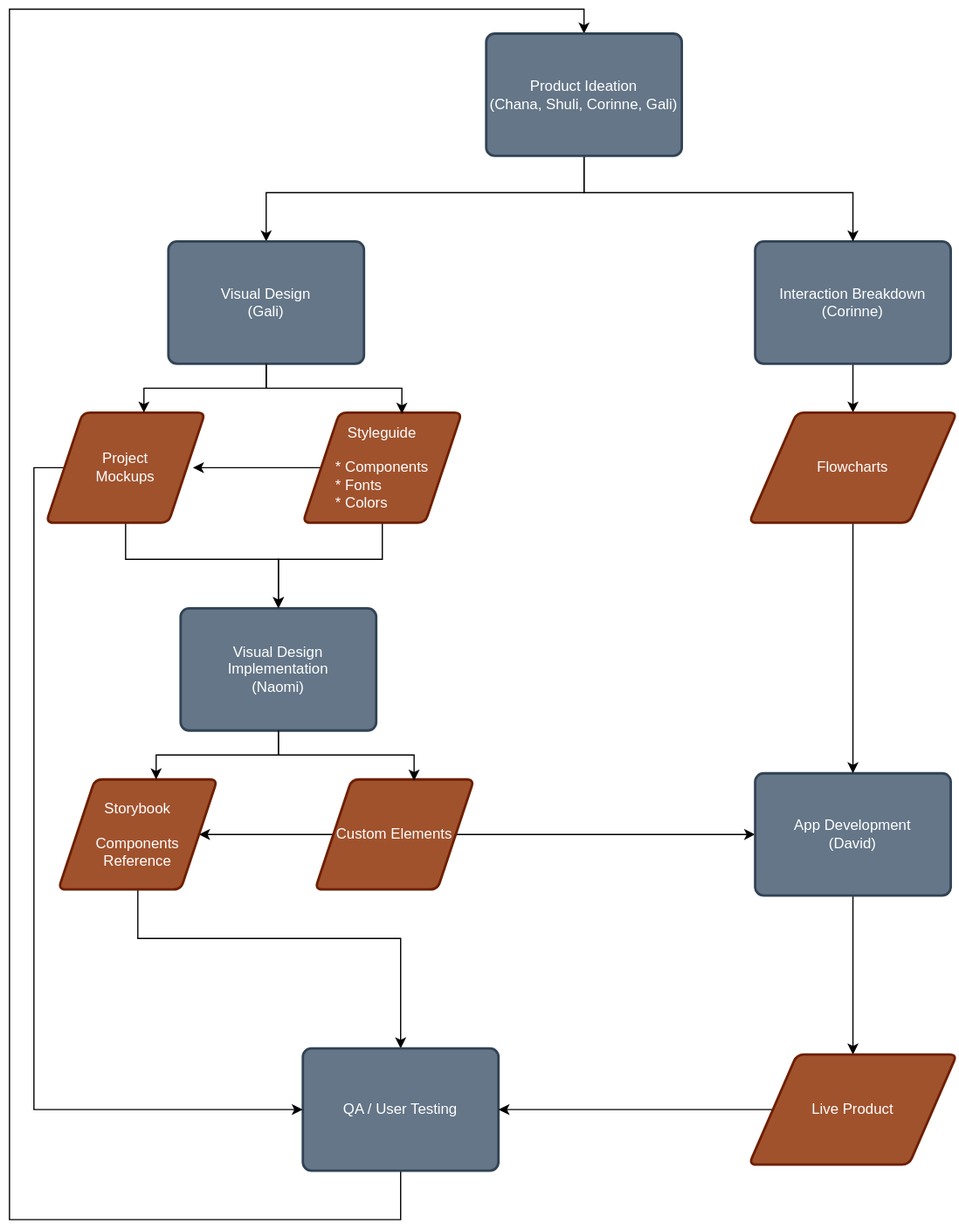
Above: documentation/src/frontend/pipeline.drawio.svg in ji-devs/ji-cloud (draw.io), before the change. Source tidied: cells renumbered, new cells last; positions are measured from the earlier drawing's top-left corner, leaving out a move shared by most shapes. Its diagram source:
```xml
<mxGraphModel>
  <root>
    <mxCell id="0" />
    <mxCell id="1" parent="0" />
    <mxCell id="2" style="edgeStyle=orthogonalEdgeStyle;rounded=0;jettySize=auto;html=1;" parent="1" edge="1" source="3" target="22">
      <mxGeometry relative="1" as="geometry" />
    </mxCell>
    <mxCell id="3" value="Interaction Breakdown&lt;br&gt;(Corinne)" style="rounded=1;whiteSpace=wrap;html=1;absoluteArcSize=1;arcSize=14;strokeWidth=2;fillColor=#647687;strokeColor=#314354;fontColor=#ffffff;" parent="1" vertex="1">
      <mxGeometry x="610" y="190" width="160" height="100" as="geometry" />
    </mxCell>
    <mxCell id="4" style="edgeStyle=orthogonalEdgeStyle;rounded=0;jettySize=auto;html=1;" parent="1" edge="1" source="6" target="10">
      <mxGeometry relative="1" as="geometry" />
    </mxCell>
    <mxCell id="5" style="edgeStyle=orthogonalEdgeStyle;rounded=0;jettySize=auto;html=1;entryX=0;entryY=0.5;entryDx=0;entryDy=0;" parent="1" edge="1" source="6" target="16">
      <mxGeometry relative="1" as="geometry" />
    </mxCell>
    <mxCell id="6" value="Custom Elements" style="shape=parallelogram;html=1;strokeWidth=2;perimeter=parallelogramPerimeter;whiteSpace=wrap;rounded=1;arcSize=12;size=0.23;fillColor=#a0522d;strokeColor=#6D1F00;fontColor=#ffffff;" parent="1" vertex="1">
      <mxGeometry x="250" y="630" width="130" height="90" as="geometry" />
    </mxCell>
    <mxCell id="7" style="edgeStyle=orthogonalEdgeStyle;rounded=0;jettySize=auto;html=1;entryX=0.623;entryY=0.011;entryDx=0;entryDy=0;entryPerimeter=0;" parent="1" edge="1" source="8" target="6">
      <mxGeometry x="50" y="500" as="geometry" />
    </mxCell>
    <mxCell id="8" value="Visual Design&lt;br&gt;Implementation&lt;br&gt;(Naomi)" style="rounded=1;whiteSpace=wrap;html=1;absoluteArcSize=1;arcSize=14;strokeWidth=2;fillColor=#647687;strokeColor=#314354;fontColor=#ffffff;" parent="1" vertex="1">
      <mxGeometry x="140" y="490" width="160" height="100" as="geometry" />
    </mxCell>
    <mxCell id="9" style="edgeStyle=orthogonalEdgeStyle;rounded=0;jettySize=auto;html=1;entryX=0.5;entryY=0;entryDx=0;entryDy=0;" parent="1" edge="1" source="10" target="18">
      <mxGeometry relative="1" as="geometry">
        <Array as="points">
          <mxPoint x="105" y="760" />
          <mxPoint x="320" y="760" />
        </Array>
      </mxGeometry>
    </mxCell>
    <mxCell id="10" value="Storybook&lt;br&gt;&lt;br&gt;Components&lt;br&gt;Reference" style="shape=parallelogram;html=1;strokeWidth=2;perimeter=parallelogramPerimeter;whiteSpace=wrap;rounded=1;arcSize=12;size=0.23;fillColor=#a0522d;strokeColor=#6D1F00;fontColor=#ffffff;" parent="1" vertex="1">
      <mxGeometry x="40" y="630" width="130" height="90" as="geometry" />
    </mxCell>
    <mxCell id="11" style="edgeStyle=orthogonalEdgeStyle;rounded=0;jettySize=auto;html=1;entryX=0.615;entryY=0;entryDx=0;entryDy=0;entryPerimeter=0;" parent="1" edge="1" source="8" target="10">
      <mxGeometry x="50" y="500" as="geometry" />
    </mxCell>
    <mxCell id="12" style="edgeStyle=orthogonalEdgeStyle;rounded=0;jettySize=auto;html=1;" parent="1" edge="1" source="27">
      <mxGeometry relative="1" as="geometry">
        <mxPoint x="150" y="375" as="targetPoint" />
      </mxGeometry>
    </mxCell>
    <mxCell id="13" style="edgeStyle=orthogonalEdgeStyle;rounded=0;jettySize=auto;html=1;entryX=0.5;entryY=0;entryDx=0;entryDy=0;" parent="1" edge="1" source="30" target="8">
      <mxGeometry relative="1" as="geometry">
        <Array as="points">
          <mxPoint x="95" y="450" />
          <mxPoint x="220" y="450" />
        </Array>
      </mxGeometry>
    </mxCell>
    <mxCell id="14" style="edgeStyle=orthogonalEdgeStyle;rounded=0;jettySize=auto;html=1;entryX=0.5;entryY=0;entryDx=0;entryDy=0;" parent="1" edge="1" source="27" target="8">
      <mxGeometry relative="1" as="geometry">
        <Array as="points">
          <mxPoint x="305" y="450" />
          <mxPoint x="220" y="450" />
        </Array>
      </mxGeometry>
    </mxCell>
    <mxCell id="15" style="edgeStyle=orthogonalEdgeStyle;rounded=0;jettySize=auto;html=1;entryX=0.5;entryY=0;entryDx=0;entryDy=0;" parent="1" edge="1" source="16" target="20">
      <mxGeometry relative="1" as="geometry" />
    </mxCell>
    <mxCell id="16" value="App Development&lt;br&gt;(David)" style="rounded=1;whiteSpace=wrap;html=1;absoluteArcSize=1;arcSize=14;strokeWidth=2;fillColor=#647687;strokeColor=#314354;fontColor=#ffffff;" parent="1" vertex="1">
      <mxGeometry x="610" y="625" width="160" height="100" as="geometry" />
    </mxCell>
    <mxCell id="17" style="edgeStyle=orthogonalEdgeStyle;rounded=0;jettySize=auto;html=1;entryX=0.5;entryY=0;entryDx=0;entryDy=0;exitX=0.5;exitY=1;exitDx=0;exitDy=0;" parent="1" edge="1" source="18" target="26">
      <mxGeometry relative="1" as="geometry">
        <Array as="points">
          <mxPoint x="320" y="990" />
          <mxPoint y="990" />
          <mxPoint />
          <mxPoint x="470" />
        </Array>
      </mxGeometry>
    </mxCell>
    <mxCell id="18" value="QA / User Testing" style="rounded=1;whiteSpace=wrap;html=1;absoluteArcSize=1;arcSize=14;strokeWidth=2;fillColor=#647687;strokeColor=#314354;fontColor=#ffffff;" parent="1" vertex="1">
      <mxGeometry x="240" y="850" width="160" height="100" as="geometry" />
    </mxCell>
    <mxCell id="19" style="edgeStyle=orthogonalEdgeStyle;rounded=0;jettySize=auto;html=1;entryX=1;entryY=0.5;entryDx=0;entryDy=0;" parent="1" edge="1" source="20" target="18">
      <mxGeometry relative="1" as="geometry" />
    </mxCell>
    <mxCell id="20" value="Live Product" style="shape=parallelogram;html=1;strokeWidth=2;perimeter=parallelogramPerimeter;whiteSpace=wrap;rounded=1;arcSize=12;size=0.23;fillColor=#a0522d;strokeColor=#6D1F00;fontColor=#ffffff;" parent="1" vertex="1">
      <mxGeometry x="605" y="855" width="170" height="90" as="geometry" />
    </mxCell>
    <mxCell id="21" style="edgeStyle=orthogonalEdgeStyle;rounded=0;jettySize=auto;html=1;entryX=0.5;entryY=0;entryDx=0;entryDy=0;" parent="1" edge="1" source="22" target="16">
      <mxGeometry relative="1" as="geometry" />
    </mxCell>
    <mxCell id="22" value="Flowcharts" style="shape=parallelogram;html=1;strokeWidth=2;perimeter=parallelogramPerimeter;whiteSpace=wrap;rounded=1;arcSize=12;size=0.23;fillColor=#a0522d;strokeColor=#6D1F00;fontColor=#ffffff;" parent="1" vertex="1">
      <mxGeometry x="605" y="330" width="170" height="90" as="geometry" />
    </mxCell>
    <mxCell id="23" style="edgeStyle=orthogonalEdgeStyle;rounded=0;jettySize=auto;html=1;entryX=0;entryY=0.5;entryDx=0;entryDy=0;" parent="1" edge="1" source="30" target="18">
      <mxGeometry relative="1" as="geometry">
        <Array as="points">
          <mxPoint x="20" y="375" />
          <mxPoint x="20" y="900" />
        </Array>
      </mxGeometry>
    </mxCell>
    <mxCell id="24" style="edgeStyle=orthogonalEdgeStyle;rounded=0;jettySize=auto;html=1;" parent="1" edge="1" source="26" target="29">
      <mxGeometry relative="1" as="geometry">
        <Array as="points">
          <mxPoint x="470" y="150" />
          <mxPoint x="210" y="150" />
        </Array>
      </mxGeometry>
    </mxCell>
    <mxCell id="25" style="edgeStyle=orthogonalEdgeStyle;rounded=0;jettySize=auto;html=1;" parent="1" edge="1" source="26" target="3">
      <mxGeometry relative="1" as="geometry">
        <Array as="points">
          <mxPoint x="470" y="150" />
          <mxPoint x="690" y="150" />
        </Array>
      </mxGeometry>
    </mxCell>
    <mxCell id="26" value="Product Ideation&lt;br&gt;(Chana, Shuli, Corinne, Gali)" style="rounded=1;whiteSpace=wrap;html=1;absoluteArcSize=1;arcSize=14;strokeWidth=2;fillColor=#647687;strokeColor=#314354;fontColor=#ffffff;" parent="1" vertex="1">
      <mxGeometry x="390" y="20" width="160" height="100" as="geometry" />
    </mxCell>
    <mxCell id="27" value="Styleguide&lt;br&gt;&lt;br&gt;&lt;div style=&quot;text-align: left&quot;&gt;&lt;span&gt;* Components&lt;/span&gt;&lt;/div&gt;&lt;div style=&quot;text-align: left&quot;&gt;&lt;span&gt;* Fonts&lt;/span&gt;&lt;/div&gt;&lt;div style=&quot;text-align: left&quot;&gt;&lt;span&gt;* Colors&lt;/span&gt;&lt;/div&gt;" style="shape=parallelogram;html=1;strokeWidth=2;perimeter=parallelogramPerimeter;whiteSpace=wrap;rounded=1;arcSize=12;size=0.23;fillColor=#a0522d;strokeColor=#6D1F00;fontColor=#ffffff;" parent="1" vertex="1">
      <mxGeometry x="240" y="330" width="130" height="90" as="geometry" />
    </mxCell>
    <mxCell id="28" style="edgeStyle=orthogonalEdgeStyle;rounded=0;jettySize=auto;html=1;entryX=0.623;entryY=0.011;entryDx=0;entryDy=0;entryPerimeter=0;" parent="1" edge="1" source="29" target="27">
      <mxGeometry x="40" y="200" as="geometry" />
    </mxCell>
    <mxCell id="29" value="Visual Design&lt;br&gt;(Gali)" style="rounded=1;whiteSpace=wrap;html=1;absoluteArcSize=1;arcSize=14;strokeWidth=2;fillColor=#647687;strokeColor=#314354;fontColor=#ffffff;" parent="1" vertex="1">
      <mxGeometry x="130" y="190" width="160" height="100" as="geometry" />
    </mxCell>
    <mxCell id="30" value="Project&lt;br&gt;Mockups" style="shape=parallelogram;html=1;strokeWidth=2;perimeter=parallelogramPerimeter;whiteSpace=wrap;rounded=1;arcSize=12;size=0.23;fillColor=#a0522d;strokeColor=#6D1F00;fontColor=#ffffff;" parent="1" vertex="1">
      <mxGeometry x="30" y="330" width="130" height="90" as="geometry" />
    </mxCell>
    <mxCell id="31" style="edgeStyle=orthogonalEdgeStyle;rounded=0;jettySize=auto;html=1;entryX=0.615;entryY=0;entryDx=0;entryDy=0;entryPerimeter=0;" parent="1" edge="1" source="29" target="30">
      <mxGeometry x="40" y="200" as="geometry" />
    </mxCell>
  </root>
</mxGraphModel>
```
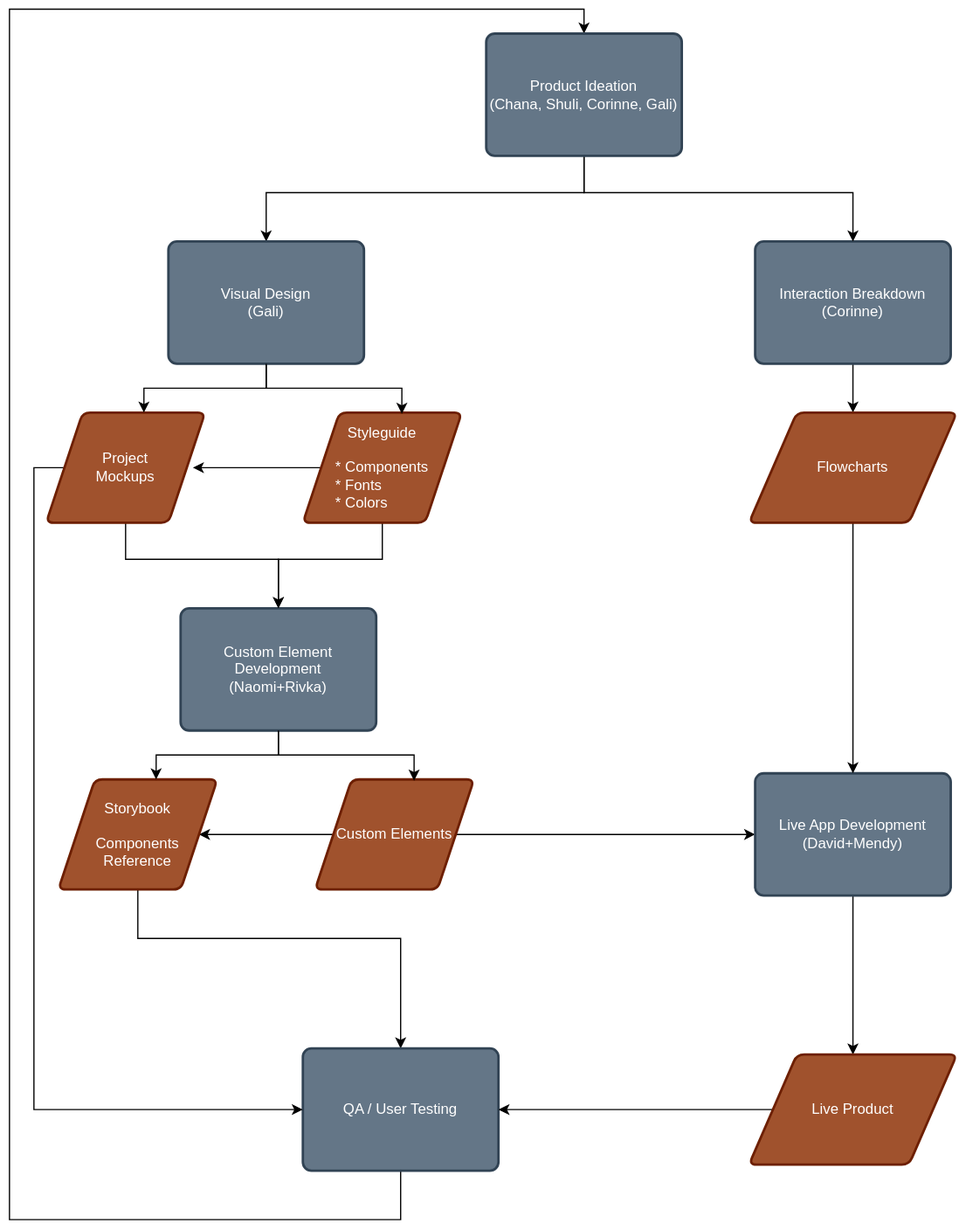
After the change.

Diff of the diagram source:
```diff
@@ -20,7 +20,7 @@
     <mxCell id="7" style="edgeStyle=orthogonalEdgeStyle;rounded=0;jettySize=auto;html=1;entryX=0.623;entryY=0.011;entryDx=0;entryDy=0;entryPerimeter=0;" parent="1" edge="1" source="8" target="6">
       <mxGeometry x="50" y="500" as="geometry" />
     </mxCell>
-    <mxCell id="8" value="Visual Design&lt;br&gt;Implementation&lt;br&gt;(Naomi)" style="rounded=1;whiteSpace=wrap;html=1;absoluteArcSize=1;arcSize=14;strokeWidth=2;fillColor=#647687;strokeColor=#314354;fontColor=#ffffff;" parent="1" vertex="1">
+    <mxCell id="8" value="Custom Element&lt;br&gt;Development&lt;br&gt;(Naomi+Rivka)" style="rounded=1;whiteSpace=wrap;html=1;absoluteArcSize=1;arcSize=14;strokeWidth=2;fillColor=#647687;strokeColor=#314354;fontColor=#ffffff;" parent="1" vertex="1">
       <mxGeometry x="140" y="490" width="160" height="100" as="geometry" />
     </mxCell>
     <mxCell id="9" style="edgeStyle=orthogonalEdgeStyle;rounded=0;jettySize=auto;html=1;entryX=0.5;entryY=0;entryDx=0;entryDy=0;" parent="1" edge="1" source="10" target="18">
@@ -61,7 +61,7 @@
     <mxCell id="15" style="edgeStyle=orthogonalEdgeStyle;rounded=0;jettySize=auto;html=1;entryX=0.5;entryY=0;entryDx=0;entryDy=0;" parent="1" edge="1" source="16" target="20">
       <mxGeometry relative="1" as="geometry" />
     </mxCell>
-    <mxCell id="16" value="App Development&lt;br&gt;(David)" style="rounded=1;whiteSpace=wrap;html=1;absoluteArcSize=1;arcSize=14;strokeWidth=2;fillColor=#647687;strokeColor=#314354;fontColor=#ffffff;" parent="1" vertex="1">
+    <mxCell id="16" value="Live App Development&lt;br&gt;(David+Mendy)" style="rounded=1;whiteSpace=wrap;html=1;absoluteArcSize=1;arcSize=14;strokeWidth=2;fillColor=#647687;strokeColor=#314354;fontColor=#ffffff;" parent="1" vertex="1">
       <mxGeometry x="610" y="625" width="160" height="100" as="geometry" />
     </mxCell>
     <mxCell id="17" style="edgeStyle=orthogonalEdgeStyle;rounded=0;jettySize=auto;html=1;entryX=0.5;entryY=0;entryDx=0;entryDy=0;exitX=0.5;exitY=1;exitDx=0;exitDy=0;" parent="1" edge="1" source="18" target="26">
```
